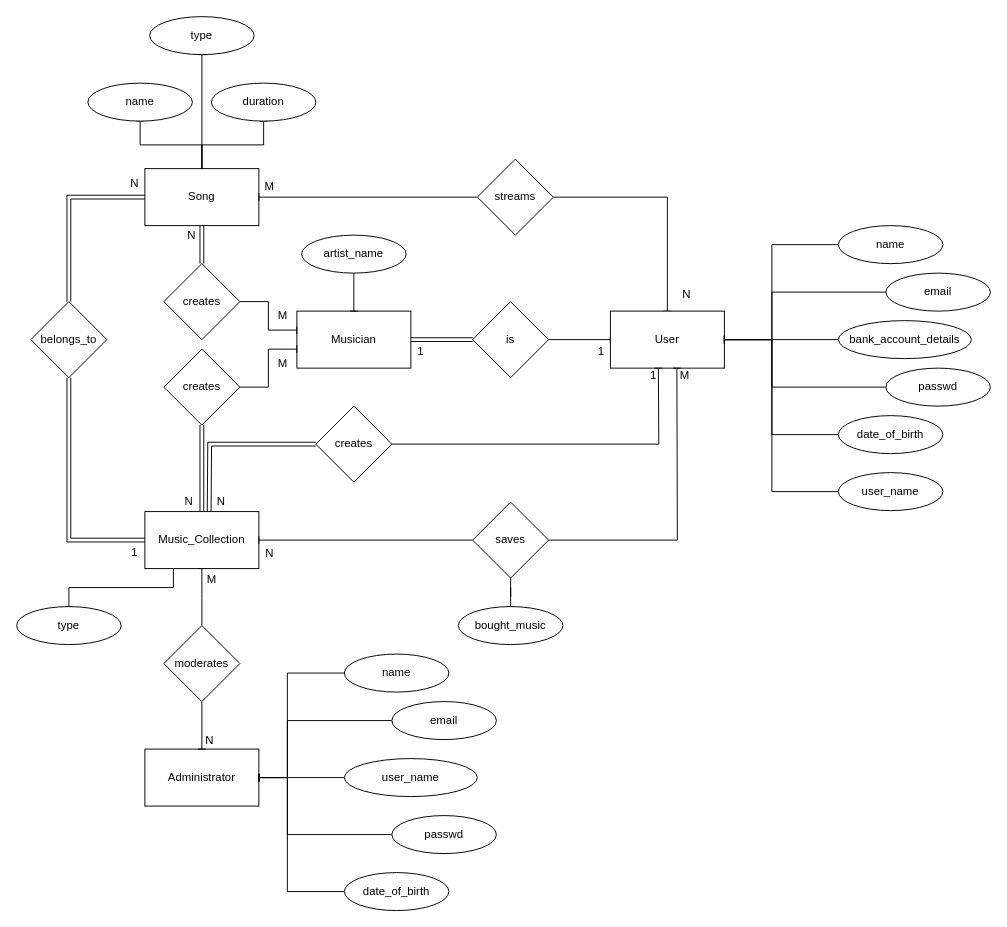
Above: PRJ1.2-ERM.drawio in Fontys-PRJ/PRJ1 (draw.io), before the change. Source tidied: cells renumbered, new cells numbered last; positions are measured from the earlier drawing's top-left corner, leaving out a move shared by most shapes. Both pictures are drawn from the tidied source at 95%, with x=0, y=0 at pixel (16, 16).
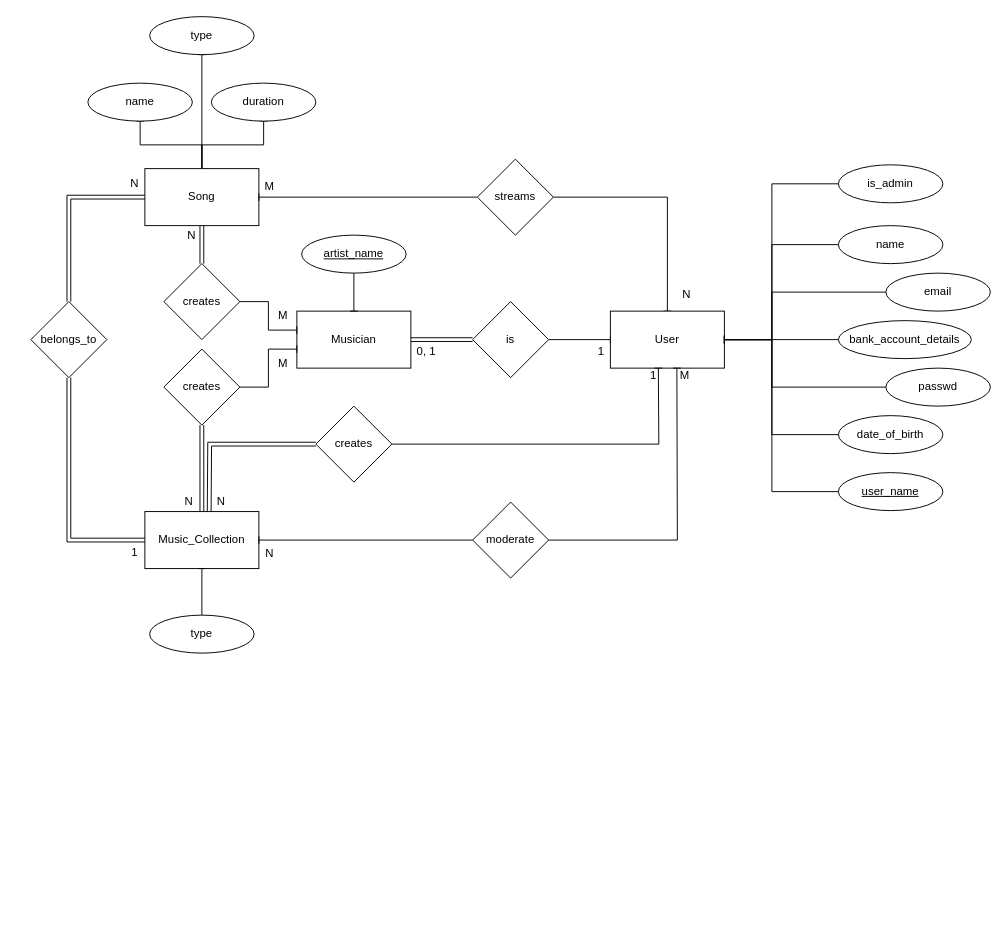
After the change.

The change refers to these unchanged cells:
```xml
<mxCell id="7" value="Music_Collection" style="rounded=0;whiteSpace=wrap;html=1;" parent="1" vertex="1">
  <mxGeometry x="135" y="521" width="120" height="60" as="geometry" />
</mxCell>
```

What changed in the source:
```diff
@@
-    <mxCell id="6" style="edgeStyle=orthogonalEdgeStyle;rounded=0;jettySize=auto;html=1;endArrow=baseDash;endFill=0;" parent="1" edge="1" source="7" target="17">
-      <mxGeometry relative="1" as="geometry">
-        <Array as="points">
-          <mxPoint x="165" y="601" />
-        </Array>
-      </mxGeometry>
-    </mxCell>
@@
+    <mxCell id="81" style="edgeStyle=orthogonalEdgeStyle;rounded=0;jettySize=auto;html=1;exitX=0;exitY=0.5;exitDx=0;exitDy=0;endArrow=baseDash;endFill=0;" parent="1" edge="1" source="83">
+      <mxGeometry relative="1" as="geometry">
+        <mxPoint x="745" y="340" as="targetPoint" />
+        <Array as="points">
+          <mxPoint x="795" y="176" />
+          <mxPoint x="795" y="340" />
+        </Array>
+      </mxGeometry>
+    </mxCell>
@@
+    <mxCell id="82" style="edgeStyle=orthogonalEdgeStyle;rounded=0;jettySize=auto;html=1;endArrow=baseDash;endFill=0;" parent="1" edge="1" source="17" target="7">
+      <mxGeometry relative="1" as="geometry" />
+    </mxCell>
     <mxCell id="17" value="type" style="ellipse;whiteSpace=wrap;html=1;" parent="1" vertex="1">
-      <mxGeometry y="621" width="110" height="40" as="geometry" />
+      <mxGeometry x="140" y="630" width="110" height="40" as="geometry" />
     </mxCell>
@@
-    <mxCell id="23" style="edgeStyle=orthogonalEdgeStyle;rounded=0;jettySize=auto;html=1;entryX=0.5;entryY=0;entryDx=0;entryDy=0;endArrow=baseDash;endFill=0;" parent="1" edge="1" source="24" target="25">
-      <mxGeometry relative="1" as="geometry" />
-    </mxCell>
-    <mxCell id="24" value="saves" style="rhombus;whiteSpace=wrap;html=1;" parent="1" vertex="1">
+    <mxCell id="24" value="moderate" style="rhombus;whiteSpace=wrap;html=1;" parent="1" vertex="1">
       <mxGeometry x="480" y="511" width="80" height="80" as="geometry" />
     </mxCell>
-    <mxCell id="25" value="bought_music" style="ellipse;whiteSpace=wrap;html=1;" parent="1" vertex="1">
-      <mxGeometry x="465" y="621" width="110" height="40" as="geometry" />
-    </mxCell>
@@
-    <mxCell id="39" value="user_name" style="ellipse;whiteSpace=wrap;html=1;" parent="1" vertex="1">
+    <mxCell id="39" value="&lt;u&gt;user_name&lt;/u&gt;" style="ellipse;whiteSpace=wrap;html=1;" parent="1" vertex="1">
       <mxGeometry x="865" y="480" width="110" height="40" as="geometry" />
     </mxCell>
@@
-    <mxCell id="43" value="artist_name" style="ellipse;whiteSpace=wrap;html=1;" parent="1" vertex="1">
+    <mxCell id="43" value="&lt;u&gt;artist_name&lt;/u&gt;" style="ellipse;whiteSpace=wrap;html=1;" parent="1" vertex="1">
       <mxGeometry x="300" y="230" width="110" height="40" as="geometry" />
     </mxCell>
-    <mxCell id="44" value="Administrator" style="rounded=0;whiteSpace=wrap;html=1;" parent="1" vertex="1">
-      <mxGeometry x="135" y="771" width="120" height="60" as="geometry" />
-    </mxCell>
-    <mxCell id="45" style="edgeStyle=orthogonalEdgeStyle;rounded=0;jettySize=auto;html=1;entryX=1;entryY=0.5;entryDx=0;entryDy=0;endArrow=baseDash;endFill=0;" parent="1" edge="1" source="46" target="44">
-      <mxGeometry relative="1" as="geometry">
-        <Array as="points">
-          <mxPoint x="285" y="691" />
-          <mxPoint x="285" y="801" />
-        </Array>
-      </mxGeometry>
-    </mxCell>
-    <mxCell id="46" value="name" style="ellipse;whiteSpace=wrap;html=1;" parent="1" vertex="1">
-      <mxGeometry x="345" y="671" width="110" height="40" as="geometry" />
-    </mxCell>
-    <mxCell id="47" style="edgeStyle=orthogonalEdgeStyle;rounded=0;jettySize=auto;html=1;endArrow=baseDash;endFill=0;" parent="1" edge="1" source="48">
-      <mxGeometry relative="1" as="geometry">
-        <mxPoint x="255" y="801" as="targetPoint" />
-        <Array as="points">
-          <mxPoint x="285" y="741" />
-          <mxPoint x="285" y="801" />
-        </Array>
-      </mxGeometry>
-    </mxCell>
-    <mxCell id="48" value="email" style="ellipse;whiteSpace=wrap;html=1;" parent="1" vertex="1">
-      <mxGeometry x="395" y="721" width="110" height="40" as="geometry" />
-    </mxCell>
-    <mxCell id="49" style="edgeStyle=orthogonalEdgeStyle;rounded=0;jettySize=auto;html=1;entryX=1;entryY=0.5;entryDx=0;entryDy=0;endArrow=baseDash;endFill=0;" parent="1" edge="1" source="50" target="44">
-      <mxGeometry relative="1" as="geometry" />
-    </mxCell>
-    <mxCell id="50" value="user_name" style="ellipse;whiteSpace=wrap;html=1;" parent="1" vertex="1">
-      <mxGeometry x="345" y="781" width="140" height="40" as="geometry" />
-    </mxCell>
-    <mxCell id="51" style="edgeStyle=orthogonalEdgeStyle;rounded=0;jettySize=auto;html=1;endArrow=baseDash;endFill=0;" parent="1" edge="1" source="52">
-      <mxGeometry relative="1" as="geometry">
-        <mxPoint x="255" y="801" as="targetPoint" />
-        <Array as="points">
-          <mxPoint x="285" y="861" />
-          <mxPoint x="285" y="801" />
-        </Array>
-      </mxGeometry>
-    </mxCell>
-    <mxCell id="52" value="passwd" style="ellipse;whiteSpace=wrap;html=1;" parent="1" vertex="1">
-      <mxGeometry x="395" y="841" width="110" height="40" as="geometry" />
-    </mxCell>
-    <mxCell id="53" style="edgeStyle=orthogonalEdgeStyle;rounded=0;jettySize=auto;html=1;entryX=1;entryY=0.5;entryDx=0;entryDy=0;endArrow=baseDash;endFill=0;" parent="1" edge="1" source="54" target="44">
-      <mxGeometry relative="1" as="geometry">
-        <Array as="points">
-          <mxPoint x="285" y="921" />
-          <mxPoint x="285" y="801" />
-        </Array>
-      </mxGeometry>
-    </mxCell>
-    <mxCell id="54" value="date_of_birth" style="ellipse;whiteSpace=wrap;html=1;" parent="1" vertex="1">
-      <mxGeometry x="345" y="901" width="110" height="40" as="geometry" />
-    </mxCell>
-    <mxCell id="55" style="edgeStyle=orthogonalEdgeStyle;rounded=0;jettySize=auto;html=1;endArrow=baseDash;endFill=0;" parent="1" edge="1" source="57">
-      <mxGeometry relative="1" as="geometry">
-        <mxPoint x="195" y="581" as="targetPoint" />
-      </mxGeometry>
-    </mxCell>
-    <mxCell id="56" style="edgeStyle=orthogonalEdgeStyle;rounded=0;jettySize=auto;html=1;endArrow=baseDash;endFill=0;" parent="1" edge="1" source="57" target="44">
-      <mxGeometry relative="1" as="geometry" />
-    </mxCell>
-    <mxCell id="57" value="moderates" style="rhombus;whiteSpace=wrap;html=1;" parent="1" vertex="1">
-      <mxGeometry x="155" y="641" width="80" height="80" as="geometry" />
-    </mxCell>
@@
-    <mxCell id="70" value="1" style="text;html=1;align=center;verticalAlign=middle;strokeColor=none;fillColor=none;" parent="1" vertex="1">
-      <mxGeometry x="410" y="338" width="30" height="30" as="geometry" />
+    <mxCell id="70" value="0, 1" style="text;html=1;align=center;verticalAlign=middle;strokeColor=none;fillColor=none;" parent="1" vertex="1">
+      <mxGeometry x="411" y="338" width="40" height="30" as="geometry" />
     </mxCell>
@@
-    <mxCell id="73" value="N" style="text;html=1;align=center;verticalAlign=middle;strokeColor=none;fillColor=none;" parent="1" vertex="1">
-      <mxGeometry x="188" y="747" width="30" height="30" as="geometry" />
-    </mxCell>
-    <mxCell id="74" value="M" style="text;html=1;align=center;verticalAlign=middle;strokeColor=none;fillColor=none;" parent="1" vertex="1">
-      <mxGeometry x="190" y="578" width="30" height="30" as="geometry" />
-    </mxCell>
@@
+    <mxCell id="83" value="is_admin" style="ellipse;whiteSpace=wrap;html=1;" parent="1" vertex="1">
+      <mxGeometry x="865" y="156" width="110" height="40" as="geometry" />
+    </mxCell>
```
